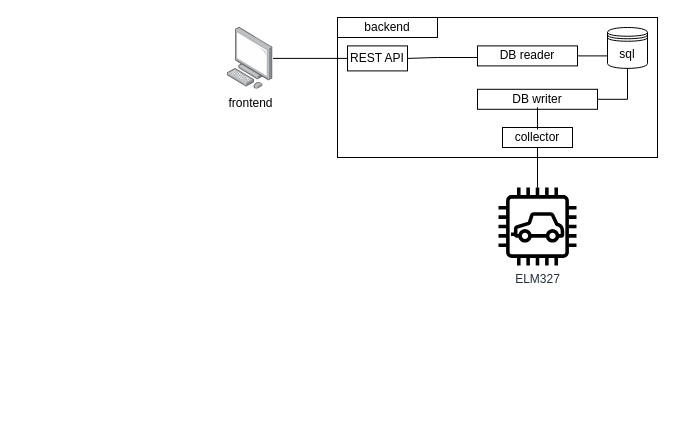
Above: docs/architecture.drawio in ironiot/bcit-issp (draw.io), before the change. Source tidied: cells renumbered, new cells numbered last; positions are measured from the earlier drawing's top-left corner, leaving out a move shared by most shapes. Both pictures are drawn from the tidied source at 100%, with x=0, y=0 at pixel (227, 17).
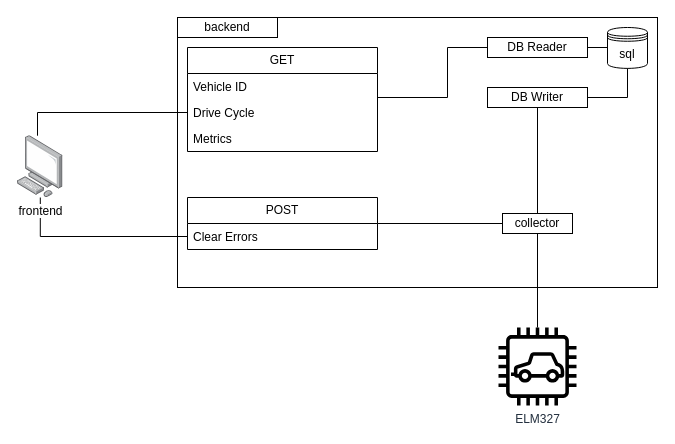
The same diagram, later.

Diff of the diagram source:
```diff
@@
-<mxGraphModel background="#ffffff">
+<mxGraphModel>
@@
     <mxCell id="2" style="rounded=0;whiteSpace=wrap;html=1;align=left;verticalAlign=top;spacingLeft=2;spacingBottom=2;spacingRight=2;fillColor=none;labelBackgroundColor=default;labelBorderColor=none;fontColor=default;" parent="1" vertex="1">
-      <mxGeometry x="110" width="320" height="140" as="geometry" />
+      <mxGeometry x="-50" width="480" height="270" as="geometry" />
     </mxCell>
-    <mxCell id="3" value="sql" style="shape=datastore;whiteSpace=wrap;html=1;fillColor=none;" parent="1" vertex="1">
+    <mxCell id="3" value="sql" style="shape=datastore;whiteSpace=wrap;html=1;" parent="1" vertex="1">
       <mxGeometry x="380" y="10" width="40" height="40.9" as="geometry" />
     </mxCell>
     <mxCell id="4" value="ELM327" style="sketch=0;outlineConnect=0;fontColor=#232F3E;gradientColor=none;fillColor=#000000;strokeColor=none;dashed=0;verticalLabelPosition=bottom;verticalAlign=top;align=center;html=1;fontSize=12;fontStyle=0;shape=mxgraph.aws4.car;" parent="1" vertex="1">
-      <mxGeometry x="271" y="170" width="78" height="78" as="geometry" />
+      <mxGeometry x="271" y="310" width="78" height="78" as="geometry" />
     </mxCell>
@@
-    <mxCell id="7" value="collector" style="rounded=0;whiteSpace=wrap;html=1;fillColor=none;" parent="1" vertex="1">
-      <mxGeometry x="275" y="110" width="70" height="20" as="geometry" />
+    <mxCell id="7" value="collector" style="rounded=0;whiteSpace=wrap;html=1;" parent="1" vertex="1">
+      <mxGeometry x="275" y="196" width="70" height="20" as="geometry" />
     </mxCell>
@@
-    <mxCell id="9" value="DB writer" style="rounded=0;whiteSpace=wrap;html=1;fillColor=none;" parent="1" vertex="1">
-      <mxGeometry x="250" y="71.8" width="120" height="20" as="geometry" />
+    <mxCell id="9" value="DB Writer" style="rounded=0;whiteSpace=wrap;html=1;" parent="1" vertex="1">
+      <mxGeometry x="260" y="70" width="100" height="20" as="geometry" />
     </mxCell>
-    <mxCell id="10" value="REST API" style="rounded=0;whiteSpace=wrap;html=1;fillColor=none;" parent="1" vertex="1">
-      <mxGeometry x="120" y="28.4" width="60" height="25" as="geometry" />
-    </mxCell>
-    <mxCell id="11" style="edgeStyle=orthogonalEdgeStyle;rounded=0;jettySize=auto;html=1;endArrow=none;endFill=0;" parent="1" edge="1" source="12" target="10">
-      <mxGeometry relative="1" as="geometry" />
+    <mxCell id="11" style="edgeStyle=orthogonalEdgeStyle;rounded=0;jettySize=auto;html=1;endArrow=none;endFill=0;entryX=0;entryY=0.5;entryDx=0;entryDy=0;" parent="1" edge="1" source="12">
+      <mxGeometry relative="1" as="geometry">
+        <mxPoint x="-40" y="95" as="targetPoint" />
+        <Array as="points">
+          <mxPoint x="-190" y="95" />
+        </Array>
+      </mxGeometry>
     </mxCell>
+    <mxCell id="17" style="edgeStyle=orthogonalEdgeStyle;rounded=0;jettySize=auto;html=1;endArrow=none;endFill=0;" parent="1" edge="1" source="12" target="24">
+      <mxGeometry relative="1" as="geometry" />
+    </mxCell>
     <mxCell id="12" value="&lt;div&gt;frontend&lt;/div&gt;" style="image;points=[];html=1;align=center;shadow=0;dashed=0;image=img/lib/allied_telesis/computer_and_terminals/Personal_Computer.svg;" parent="1" vertex="1">
-      <mxGeometry y="10" width="45.6" height="61.8" as="geometry" />
+      <mxGeometry x="-210" y="118.2" width="45.6" height="61.8" as="geometry" />
     </mxCell>
-    <mxCell id="13" style="edgeStyle=orthogonalEdgeStyle;rounded=0;jettySize=auto;html=1;exitX=0;exitY=0.5;exitDx=0;exitDy=0;endArrow=none;endFill=0;entryX=1;entryY=0.5;entryDx=0;entryDy=0;" parent="1" edge="1" source="14" target="10">
-      <mxGeometry relative="1" as="geometry">
-        <Array as="points">
-          <mxPoint x="250" y="40" />
-          <mxPoint x="210" y="40" />
-        </Array>
-      </mxGeometry>
-    </mxCell>
+    <mxCell id="16" style="edgeStyle=orthogonalEdgeStyle;rounded=0;jettySize=auto;html=1;exitX=1;exitY=0.5;exitDx=0;exitDy=0;entryX=0;entryY=0.5;entryDx=0;entryDy=0;endArrow=none;endFill=0;" parent="1" edge="1" source="14" target="3">
+      <mxGeometry relative="1" as="geometry" />
+    </mxCell>
-    <mxCell id="14" value="DB reader" style="rounded=0;whiteSpace=wrap;html=1;fillColor=none;" parent="1" vertex="1">
-      <mxGeometry x="250" y="28.4" width="100" height="20" as="geometry" />
+    <mxCell id="14" value="DB Reader" style="rounded=0;whiteSpace=wrap;html=1;" parent="1" vertex="1">
+      <mxGeometry x="260" y="20" width="100" height="20" as="geometry" />
     </mxCell>
-    <mxCell id="15" value="backend" style="rounded=0;whiteSpace=wrap;html=1;fillColor=none;" parent="1" vertex="1">
-      <mxGeometry x="110" width="100" height="20" as="geometry" />
+    <mxCell id="15" value="backend" style="rounded=0;whiteSpace=wrap;html=1;" parent="1" vertex="1">
+      <mxGeometry x="-50" width="100" height="20" as="geometry" />
     </mxCell>
-    <mxCell id="16" style="edgeStyle=orthogonalEdgeStyle;rounded=0;jettySize=auto;html=1;exitX=1;exitY=0.5;exitDx=0;exitDy=0;entryX=0;entryY=0.7;entryDx=0;entryDy=0;endArrow=none;endFill=0;" parent="1" edge="1" source="14" target="3">
-      <mxGeometry relative="1" as="geometry" />
-    </mxCell>
+    <mxCell id="18" value="GET" style="swimlane;fontStyle=0;horizontal=1;startSize=26;fillColor=default;whiteSpace=wrap;html=1;" parent="1" vertex="1">
+      <mxGeometry x="-40" y="30" width="190" height="104" as="geometry" />
+    </mxCell>
+    <mxCell id="19" value="Vehicle ID&amp;nbsp;" style="text;strokeColor=none;fillColor=none;align=left;verticalAlign=top;spacingLeft=4;spacingRight=4;overflow=hidden;whiteSpace=wrap;html=1;" parent="18" vertex="1">
+      <mxGeometry y="26" width="190" height="26" as="geometry" />
+    </mxCell>
+    <mxCell id="20" value="Drive Cycle" style="text;strokeColor=none;fillColor=none;align=left;verticalAlign=top;spacingLeft=4;spacingRight=4;overflow=hidden;whiteSpace=wrap;html=1;" parent="18" vertex="1">
+      <mxGeometry y="52" width="190" height="26" as="geometry" />
+    </mxCell>
+    <mxCell id="21" value="Metrics" style="text;strokeColor=none;fillColor=none;align=left;verticalAlign=top;spacingLeft=4;spacingRight=4;overflow=hidden;whiteSpace=wrap;html=1;" parent="18" vertex="1">
+      <mxGeometry y="78" width="190" height="26" as="geometry" />
+    </mxCell>
+    <mxCell id="22" style="edgeStyle=orthogonalEdgeStyle;rounded=0;jettySize=auto;html=1;entryX=0;entryY=0.5;entryDx=0;entryDy=0;endArrow=none;endFill=0;" parent="1" edge="1" source="23" target="7">
+      <mxGeometry relative="1" as="geometry" />
+    </mxCell>
+    <mxCell id="23" value="POST" style="swimlane;fontStyle=0;horizontal=1;startSize=26;fillColor=default;whiteSpace=wrap;html=1;" parent="1" vertex="1">
+      <mxGeometry x="-40" y="180" width="190" height="52" as="geometry" />
+    </mxCell>
+    <mxCell id="24" value="Clear Errors" style="text;strokeColor=none;fillColor=none;align=left;verticalAlign=top;spacingLeft=4;spacingRight=4;overflow=hidden;points=[[0,0.5],[1,0.5]];portConstraint=eastwest;whiteSpace=wrap;html=1;" parent="23" vertex="1">
+      <mxGeometry y="26" width="190" height="26" as="geometry" />
+    </mxCell>
+    <mxCell id="25" style="edgeStyle=orthogonalEdgeStyle;rounded=0;jettySize=auto;html=1;entryX=0;entryY=0.5;entryDx=0;entryDy=0;endArrow=none;endFill=0;" parent="1" edge="1" target="14">
+      <mxGeometry relative="1" as="geometry">
+        <mxPoint x="150" y="80" as="sourcePoint" />
+        <Array as="points">
+          <mxPoint x="150" y="80" />
+          <mxPoint x="220" y="80" />
+          <mxPoint x="220" y="30" />
+        </Array>
+      </mxGeometry>
+    </mxCell>
```
